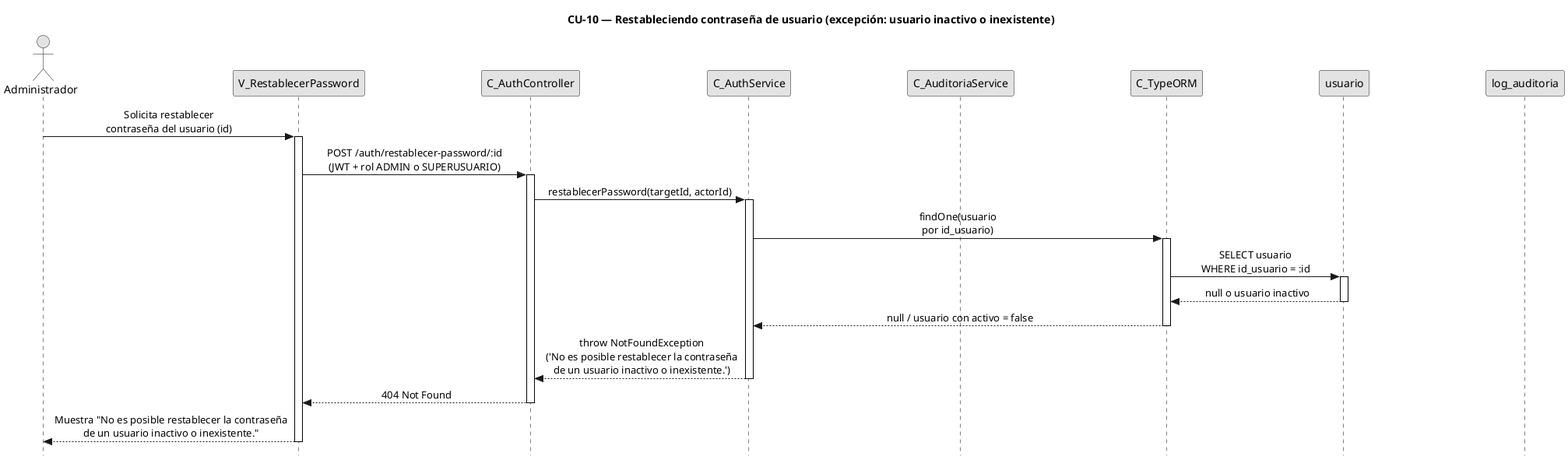
Earlier version of the PlantUML export diagramas/diagramas-secuencia/CU10/CU10-exc-usuario-inactivo.png (FSM-Finet-y-Cable-Magico/Team_1-Inventario-y-Bodega). Its diagram source:
```plantuml
@startuml CU10-exc-usuario-inactivo
title CU-10 — Restableciendo contraseña de usuario (excepción: usuario inactivo o inexistente)

skinparam style strictuml
skinparam monochrome true
skinparam shadowing false
skinparam sequenceMessageAlign center
skinparam ParticipantPadding 70
skinparam ActorPadding 30
skinparam sequence {
  MessageAlign center
  LifeLineBorderColor black
}
hide footbox

actor "Administrador" as user
participant "V_RestablecerPassword" as view
participant "C_AuthController" as ctrl
participant "C_AuthService" as svc
participant "C_AuditoriaService" as aud
participant "C_TypeORM" as orm
participant "usuario" as uent
participant "log_auditoria" as aent

user -> view : Solicita restablecer\ncontraseña del usuario (id)
activate view

view -> ctrl : POST /auth/restablecer-password/:id\n(JWT + rol ADMIN o SUPERUSUARIO)
activate ctrl

ctrl -> svc : restablecerPassword(targetId, actorId)
activate svc

svc -> orm : findOne(usuario\npor id_usuario)
activate orm

orm -> uent : SELECT usuario\nWHERE id_usuario = :id
activate uent
uent --> orm : null o usuario inactivo
deactivate uent

orm --> svc : null / usuario con activo = false
deactivate orm

svc --> ctrl : throw NotFoundException\n('No es posible restablecer la contraseña\nde un usuario inactivo o inexistente.')
deactivate svc

ctrl --> view : 404 Not Found
deactivate ctrl

view --> user : Muestra "No es posible restablecer la contraseña\nde un usuario inactivo o inexistente."
deactivate view

@enduml
```
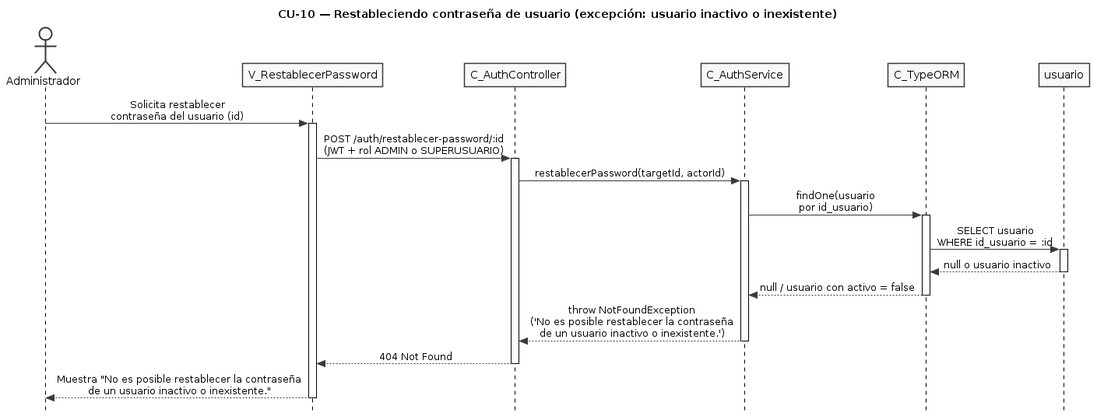
The same file after the commit.

Change to the diagram source:
```diff
@@ -5,8 +5,8 @@
 skinparam monochrome true
 skinparam shadowing false
 skinparam sequenceMessageAlign center
-skinparam ParticipantPadding 70
-skinparam ActorPadding 30
+skinparam ParticipantPadding 25
+skinparam ActorPadding 20
 skinparam sequence {
   MessageAlign center
   LifeLineBorderColor black
@@ -17,10 +17,8 @@
 participant "V_RestablecerPassword" as view
 participant "C_AuthController" as ctrl
 participant "C_AuthService" as svc
-participant "C_AuditoriaService" as aud
 participant "C_TypeORM" as orm
 participant "usuario" as uent
-participant "log_auditoria" as aent
 
 user -> view : Solicita restablecer\ncontraseña del usuario (id)
 activate view
```
